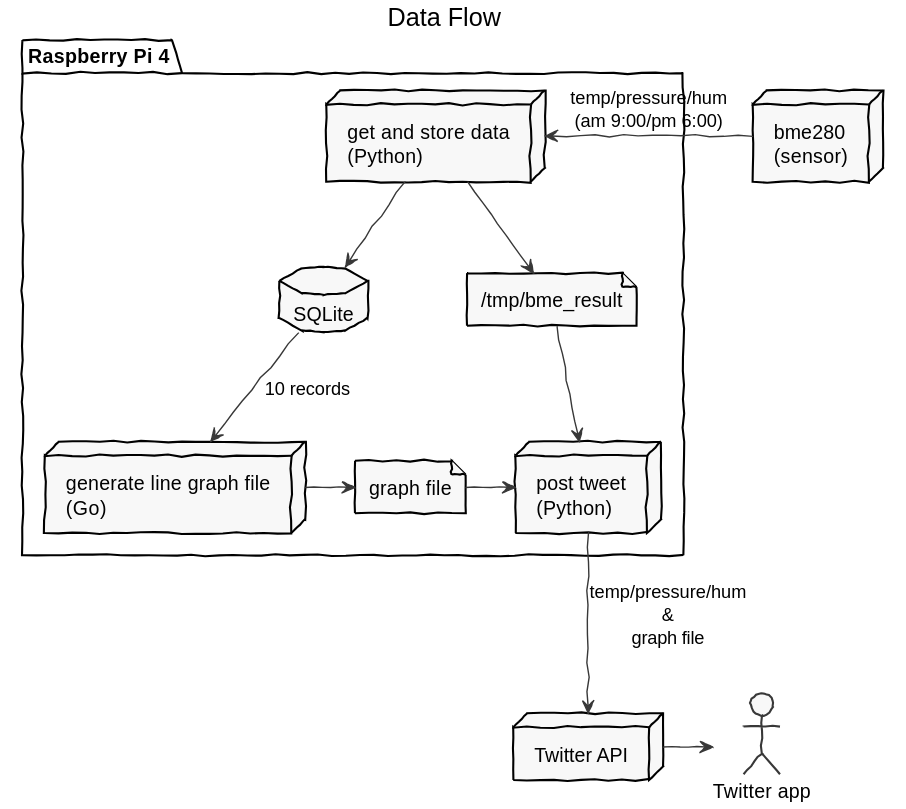
ddddddO/sensor-pi keeps this PlantUML diagram as env-bot/doc/dataflow.svg. Above is the earlier version.
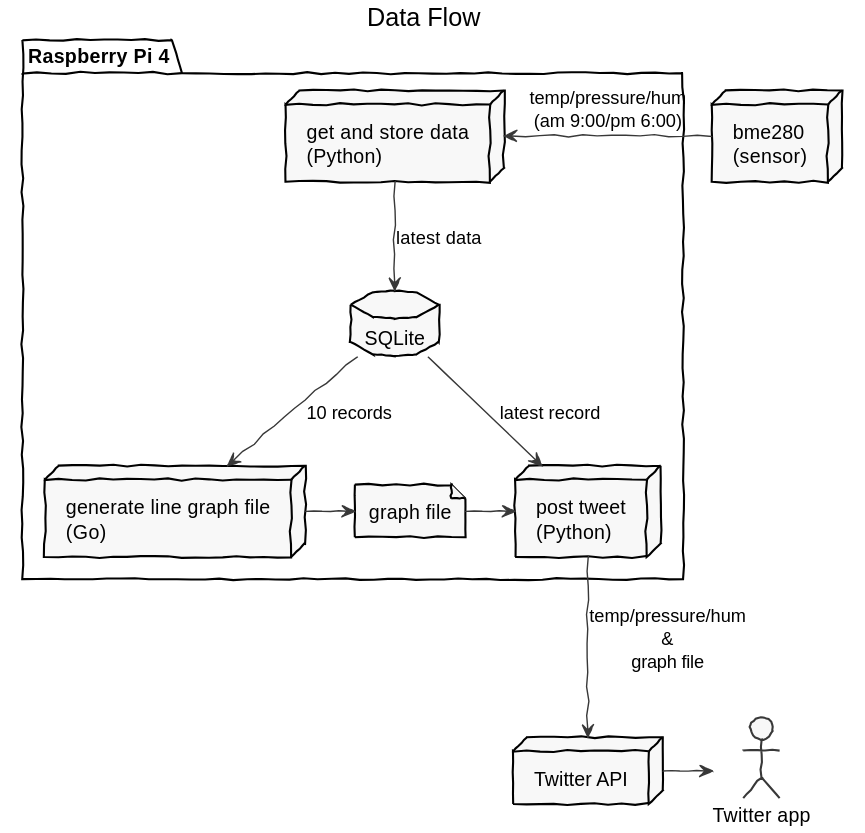
The same file after the commit.

Change to the diagram source:
```diff
@@ -13,10 +13,8 @@
 package "Raspberry Pi 4" as pi {
   database "SQLite" as db
   node "get and store data\n(Python)" as batch1
-  file "/tmp/bme_result" as file_tmp
   bme280 -> batch1: "temp/pressure/hum\n(am 9:00/pm 6:00)"
-  batch1 --> db
-  batch1 --> file_tmp
+  batch1 --> db: "latest data"
 
   node "generate line graph file\n(Go)" as batch2
   db --> batch2: "10 records"
@@ -24,7 +22,7 @@
   batch2 -> file_graph
 
   node "post tweet\n(Python)" as batch3
-  file_tmp --> batch3
+  db --> batch3: "latest record"
   file_graph -> batch3
   batch3 --> twitter_api: "temp/pressure/hum\n&\ngraph file"
 }
```
